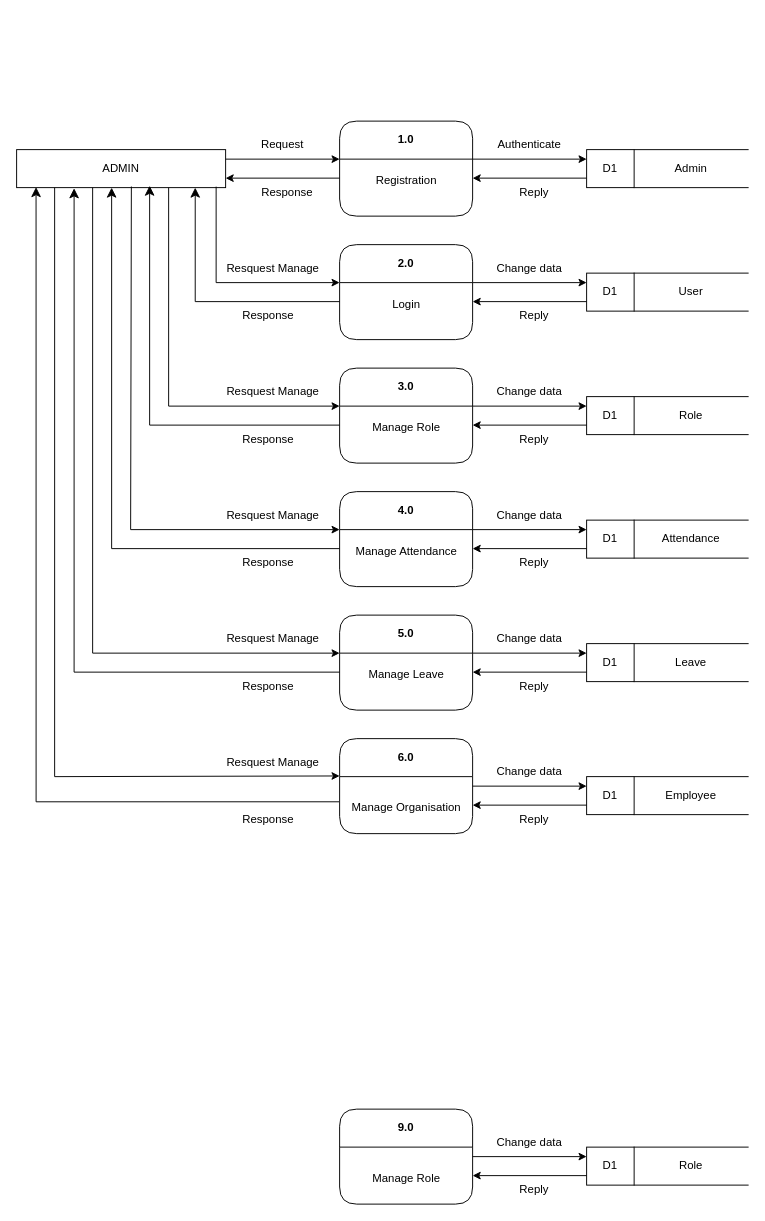
Vishal-Patar/TimeHarmony keeps this draw.io diagram as Documentation/DFD1.drawio. Above is the earlier version. Source tidied: cells renumbered, new cells numbered last; positions are measured from the earlier drawing's top-left corner, leaving out a move shared by most shapes. Both pictures are drawn from the tidied source at 95%, with x=0, y=0 at pixel (16, 121).
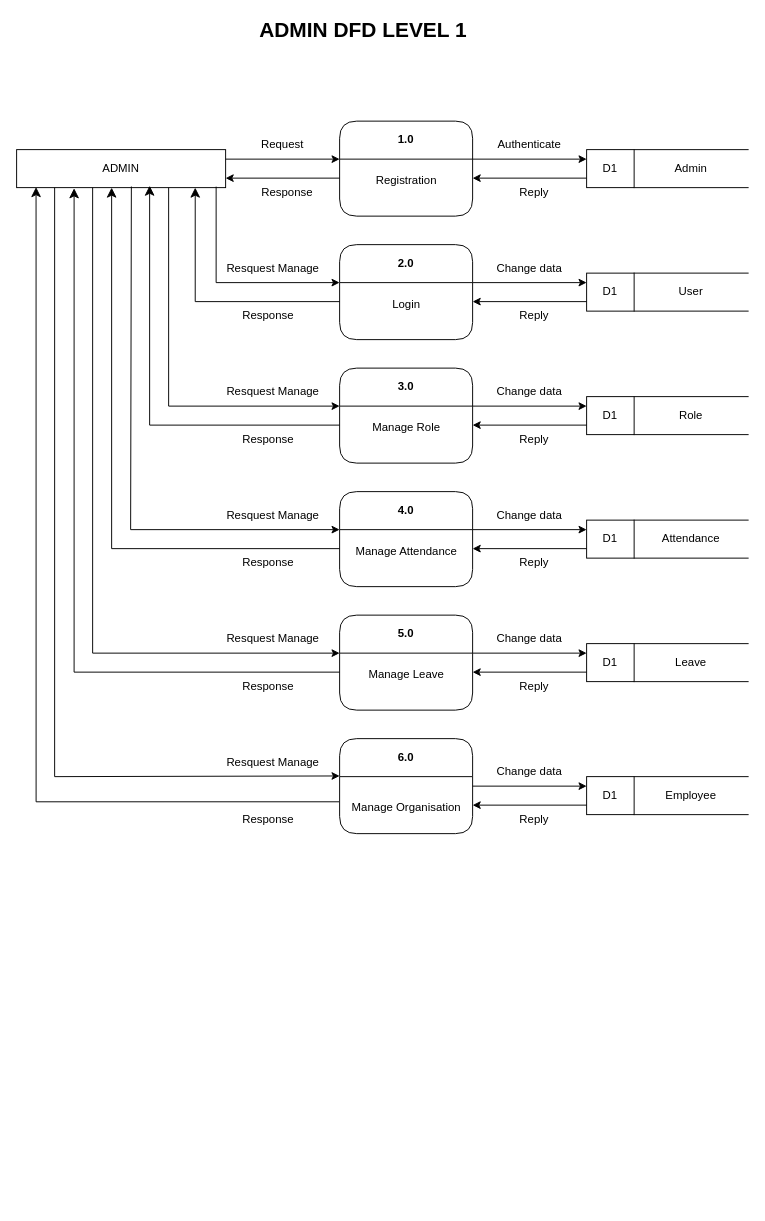
The same page after the edit.

The edit, as a diff of the source:
```diff
@@
-    <mxCell id="55" value="Role" style="shape=partialRectangle;whiteSpace=wrap;html=1;left=0;right=0;fillColor=none;" parent="1" vertex="1">
-      <mxGeometry x="650" y="1080" width="120" height="40" as="geometry" />
-    </mxCell>
-    <mxCell id="56" value="D1" style="rounded=0;whiteSpace=wrap;html=1;" parent="1" vertex="1">
-      <mxGeometry x="600" y="1080" width="50" height="40" as="geometry" />
-    </mxCell>
-    <mxCell id="57" value="9.0" style="swimlane;whiteSpace=wrap;html=1;rounded=1;startSize=40;" parent="1" vertex="1">
-      <mxGeometry x="340" y="1040" width="140" height="100" as="geometry" />
-    </mxCell>
-    <mxCell id="58" value="Manage Role" style="text;html=1;align=center;verticalAlign=middle;strokeColor=none;fillColor=none;" parent="1" vertex="1">
-      <mxGeometry x="365" y="1098" width="90" height="30" as="geometry" />
-    </mxCell>
-    <mxCell id="59" style="endArrow=classic;html=1;rounded=0;entryX=0;entryY=0.25;entryDx=0;entryDy=0;" parent="1" edge="1" target="56">
-      <mxGeometry relative="1" as="geometry">
-        <mxPoint x="480" y="1090" as="sourcePoint" />
-      </mxGeometry>
-    </mxCell>
-    <mxCell id="60" style="endArrow=classic;html=1;rounded=0;" parent="1" edge="1">
-      <mxGeometry relative="1" as="geometry">
-        <mxPoint x="600" y="1110" as="sourcePoint" />
-        <mxPoint x="480" y="1110" as="targetPoint" />
-      </mxGeometry>
-    </mxCell>
-    <mxCell id="61" value="Change data" style="text;html=1;align=center;verticalAlign=middle;whiteSpace=wrap;rounded=0;" parent="1" vertex="1">
-      <mxGeometry x="500" y="1060" width="80" height="30" as="geometry" />
-    </mxCell>
-    <mxCell id="62" value="Reply" style="text;html=1;align=center;verticalAlign=middle;whiteSpace=wrap;rounded=0;" parent="1" vertex="1">
-      <mxGeometry x="510" y="1110" width="70" height="30" as="geometry" />
-    </mxCell>
@@
+    <mxCell id="88" value="&lt;font style=&quot;font-size: 22px;&quot;&gt;ADMIN DFD LEVEL 1&lt;/font&gt;" style="text;html=1;align=center;verticalAlign=middle;whiteSpace=wrap;rounded=0;fontSize=16;fontStyle=1;" parent="1" vertex="1">
+      <mxGeometry x="210" y="-110" width="310" height="30" as="geometry" />
+    </mxCell>
```
